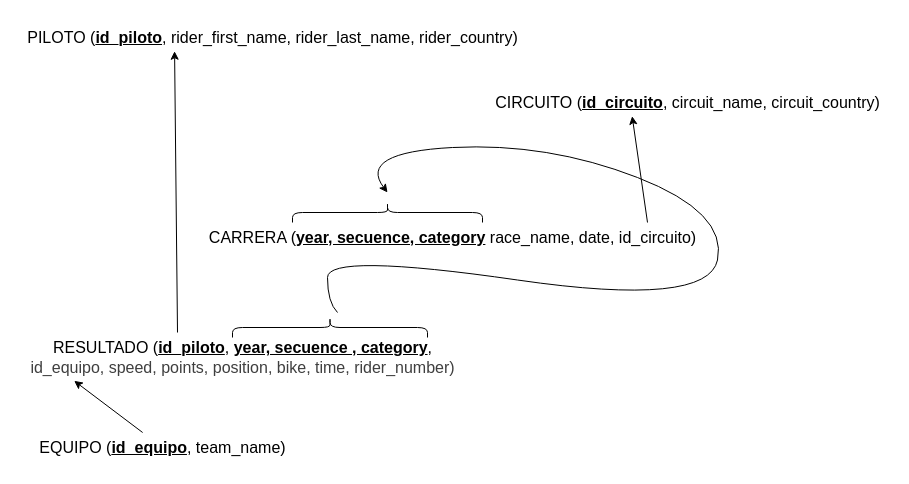
This is modelo_logico.drawio from aiambo08/motogp_BDI, a draw.io file, before an edit. Source tidied: cells renumbered, new cells numbered last; positions are measured from the earlier drawing's top-left corner, leaving out a move shared by most shapes. Both pictures are drawn from the tidied source at 100%, with x=0, y=0 at pixel (17, 22).
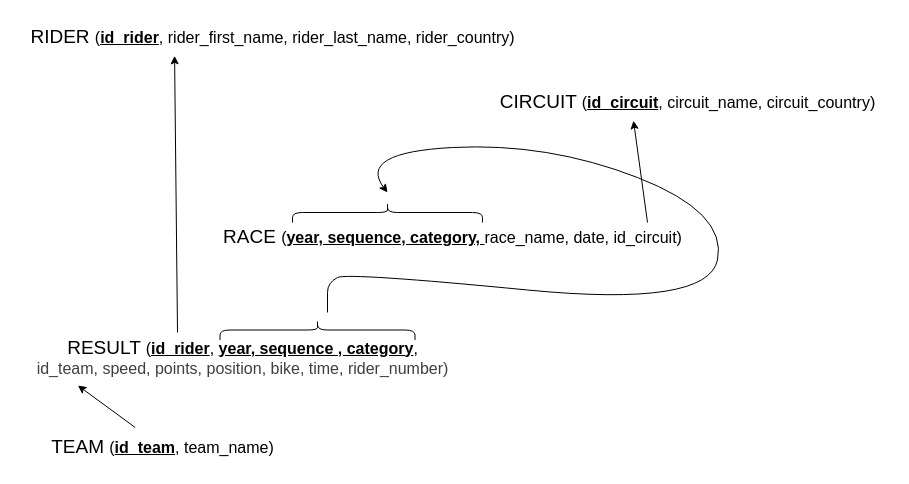
Above is the later version.

Diff of the diagram source:
```diff
@@
 <mxGraphModel>
   <root>
     <mxCell id="0" />
     <mxCell id="1" parent="0" />
-    <mxCell id="2" value="&lt;font style=&quot;font-size: 16px;&quot;&gt;PILOTO (&lt;b&gt;&lt;u&gt;id_piloto&lt;/u&gt;&lt;/b&gt;, rider_first_name, rider_last_name, rider_country)&lt;/font&gt;" style="text;html=1;align=center;verticalAlign=middle;points=[];strokeColor=none;fillColor=none;" parent="1" vertex="1">
-      <mxGeometry width="510" height="30" as="geometry" />
+    <mxCell id="2" value="&lt;font style=&quot;font-size: 19px;&quot;&gt;RIDER &lt;/font&gt;&lt;font style=&quot;font-size: 16px;&quot;&gt;(&lt;b&gt;&lt;u&gt;id_rider&lt;/u&gt;&lt;/b&gt;, rider_first_name, rider_last_name, rider_country)&lt;/font&gt;" style="text;html=1;align=center;verticalAlign=middle;points=[];strokeColor=none;fillColor=none;" parent="1" vertex="1">
+      <mxGeometry y="-5" width="510" height="40" as="geometry" />
     </mxCell>
-    <mxCell id="3" value="&lt;font style=&quot;font-size: 16px;&quot;&gt;CIRCUITO (&lt;b&gt;&lt;u&gt;id_circuito&lt;/u&gt;&lt;/b&gt;, circuit_name, circuit_country)&lt;/font&gt;" style="text;html=1;align=center;verticalAlign=middle;points=[];strokeColor=none;fillColor=none;" parent="1" vertex="1">
-      <mxGeometry x="465" y="65" width="410" height="30" as="geometry" />
+    <mxCell id="3" value="&lt;font style=&quot;font-size: 19px;&quot;&gt;CIRCUIT &lt;/font&gt;&lt;font style=&quot;font-size: 16px;&quot;&gt;(&lt;b&gt;&lt;u&gt;id_circuit&lt;/u&gt;&lt;/b&gt;, circuit_name, circuit_country)&lt;/font&gt;" style="text;html=1;align=center;verticalAlign=middle;points=[];strokeColor=none;fillColor=none;" parent="1" vertex="1">
+      <mxGeometry x="470" y="60" width="400" height="40" as="geometry" />
     </mxCell>
-    <mxCell id="4" value="&lt;font style=&quot;font-size: 16px;&quot;&gt;CARRERA (&lt;b&gt;&lt;u&gt;year, secuence, category&lt;/u&gt;&lt;/b&gt;&amp;nbsp;race_name, date, id_circuito)&lt;/font&gt;" style="text;html=1;align=center;verticalAlign=middle;strokeColor=none;fillColor=none;" parent="1" vertex="1">
-      <mxGeometry x="180" y="200" width="510" height="30" as="geometry" />
+    <mxCell id="4" value="&lt;font style=&quot;font-size: 19px;&quot;&gt;RACE &lt;/font&gt;&lt;font style=&quot;font-size: 16px;&quot;&gt;(&lt;b&gt;&lt;u&gt;year, sequence, category,&amp;nbsp;&lt;/u&gt;&lt;/b&gt;race_name, date, id_circuit)&lt;/font&gt;" style="text;html=1;align=center;verticalAlign=middle;strokeColor=none;fillColor=none;" parent="1" vertex="1">
+      <mxGeometry x="195" y="195" width="480" height="40" as="geometry" />
     </mxCell>
-    <mxCell id="5" value="&lt;font style=&quot;font-size: 16px;&quot;&gt;RESULTADO (&lt;b&gt;&lt;u&gt;id_piloto&lt;/u&gt;&lt;/b&gt;, &lt;b&gt;&lt;u&gt;year, secuence , category&lt;/u&gt;&lt;/b&gt;,&lt;/font&gt;&lt;div&gt;&lt;span style=&quot;color: rgb(63, 63, 63); font-size: 16px; background-color: transparent;&quot;&gt;id_equipo, speed, points, position, bike, time, rider_number)&lt;/span&gt;&lt;/div&gt;" style="text;html=1;align=center;verticalAlign=middle;points=[];strokeColor=none;fillColor=none;" parent="1" vertex="1">
-      <mxGeometry y="310" width="450" height="50" as="geometry" />
+    <mxCell id="5" value="&lt;font style=&quot;font-size: 19px;&quot;&gt;RESULT &lt;/font&gt;&lt;font style=&quot;font-size: 16px;&quot;&gt;(&lt;b&gt;&lt;u&gt;id_rider&lt;/u&gt;&lt;/b&gt;, &lt;b&gt;&lt;u&gt;year, sequence , category&lt;/u&gt;&lt;/b&gt;,&lt;/font&gt;&lt;div&gt;&lt;span style=&quot;color: rgb(63, 63, 63); font-size: 16px; background-color: transparent;&quot;&gt;id_team, speed, points, position, bike, time, rider_number)&lt;/span&gt;&lt;/div&gt;" style="text;html=1;align=center;verticalAlign=middle;points=[];strokeColor=none;fillColor=none;" parent="1" vertex="1">
+      <mxGeometry x="5" y="305" width="440" height="60" as="geometry" />
     </mxCell>
-    <mxCell id="6" value="&lt;font style=&quot;font-size: 16px;&quot;&gt;EQUIPO (&lt;b&gt;&lt;u&gt;id_equipo&lt;/u&gt;&lt;/b&gt;, team_name)&lt;/font&gt;" style="text;html=1;align=center;verticalAlign=middle;points=[];strokeColor=none;fillColor=none;" parent="1" vertex="1">
-      <mxGeometry x="10" y="410" width="270" height="30" as="geometry" />
+    <mxCell id="6" value="&lt;font style=&quot;font-size: 19px;&quot;&gt;TEAM &lt;/font&gt;&lt;font style=&quot;font-size: 16px;&quot;&gt;(&lt;b&gt;&lt;u&gt;id_team&lt;/u&gt;&lt;/b&gt;, team_name)&lt;/font&gt;" style="text;html=1;align=center;verticalAlign=middle;points=[];strokeColor=none;fillColor=none;" parent="1" vertex="1">
+      <mxGeometry x="20" y="405" width="250" height="40" as="geometry" />
     </mxCell>
     <mxCell id="7" style="edgeStyle=none;html=1;entryX=0.126;entryY=0.967;entryDx=0;entryDy=0;entryPerimeter=0;" parent="1" edge="1" source="6" target="5">
       <mxGeometry relative="1" as="geometry" />
     </mxCell>
     <mxCell id="8" style="shape=curlyBracket;whiteSpace=wrap;html=1;rounded=1;labelPosition=left;verticalLabelPosition=middle;align=right;verticalAlign=middle;rotation=90;" parent="1" vertex="1">
       <mxGeometry x="360" y="95" width="20" height="190" as="geometry" />
     </mxCell>
     <mxCell id="9" style="shape=curlyBracket;whiteSpace=wrap;html=1;rounded=1;labelPosition=left;verticalLabelPosition=middle;align=right;verticalAlign=middle;rotation=90;" parent="1" vertex="1">
-      <mxGeometry x="302.5" y="207.5" width="20" height="195" as="geometry" />
+      <mxGeometry x="290" y="210" width="20" height="195" as="geometry" />
     </mxCell>
     <mxCell id="10" style="curved=1;endArrow=classic;html=1;" parent="1" edge="1">
       <mxGeometry relative="1" as="geometry">
-        <mxPoint x="320" y="290" as="sourcePoint" />
+        <mxPoint x="310" y="290" as="sourcePoint" />
         <mxPoint x="370" y="170" as="targetPoint" />
         <Array as="points">
           <mxPoint x="310" y="280" />
-          <mxPoint x="310" y="230" />
+          <mxPoint x="310" y="260" />
+          <mxPoint x="330" y="250" />
           <mxPoint x="690" y="285" />
           <mxPoint x="710" y="190" />
           <mxPoint x="530" y="120" />
           <mxPoint x="340" y="130" />
         </Array>
       </mxGeometry>
     </mxCell>
     <mxCell id="11" style="endArrow=classic;html=1;entryX=0.365;entryY=0.956;entryDx=0;entryDy=0;entryPerimeter=0;" parent="1" edge="1" target="3">
       <mxGeometry relative="1" as="geometry">
         <mxPoint x="630" y="200" as="sourcePoint" />
       </mxGeometry>
     </mxCell>
     <mxCell id="12" style="endArrow=classic;html=1;entryX=0.308;entryY=0.958;entryDx=0;entryDy=0;entryPerimeter=0;" parent="1" edge="1" target="2">
       <mxGeometry relative="1" as="geometry">
         <mxPoint x="160" y="310" as="sourcePoint" />
       </mxGeometry>
     </mxCell>
   </root>
 </mxGraphModel>
```
